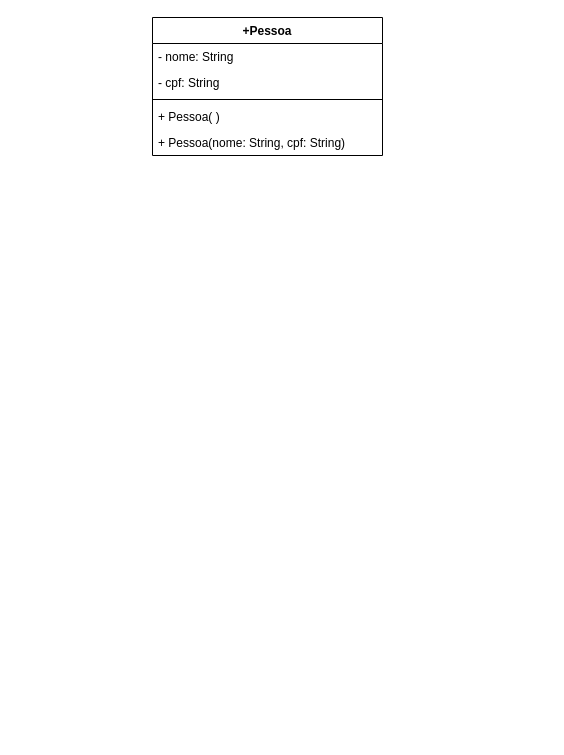
Above: Análise e Projetos Orientados a Objetos/Lista03/Lista03Ex02.drawio in Krittz/IFTM-ADS (draw.io), before the change. Source tidied: cells renumbered, new cells numbered last; positions are measured from the earlier drawing's top-left corner, leaving out a move shared by most shapes. Both pictures are drawn from the tidied source at 100%, with x=0, y=0 at pixel (152, 17).
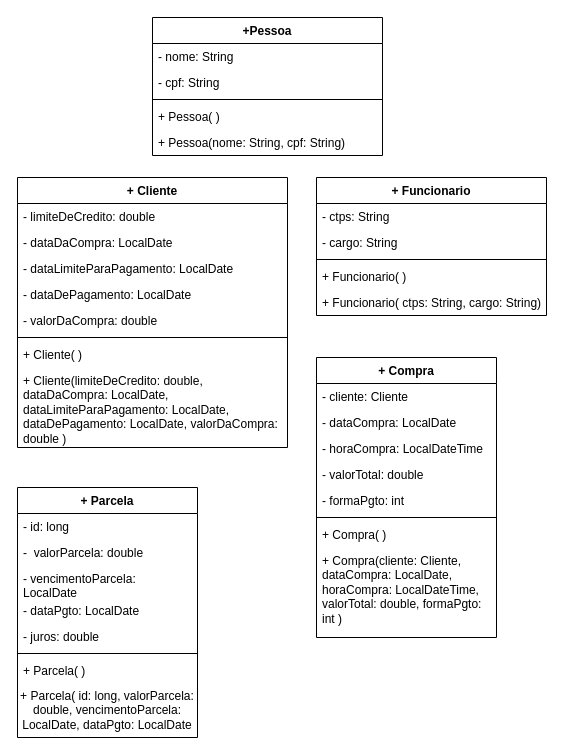
The same page after the edit.

What changed in the source:
```diff
@@
+    <mxCell id="8" value="+ Cliente" style="swimlane;fontStyle=1;align=center;verticalAlign=top;horizontal=1;startSize=26;whiteSpace=wrap;html=1;" parent="1" vertex="1">
+      <mxGeometry x="-135" y="160" width="270" height="270" as="geometry" />
+    </mxCell>
+    <mxCell id="9" value="- limiteDeCredito: double" style="text;strokeColor=none;fillColor=none;align=left;verticalAlign=top;spacingLeft=4;spacingRight=4;overflow=hidden;whiteSpace=wrap;html=1;" parent="8" vertex="1">
+      <mxGeometry y="26" width="270" height="26" as="geometry" />
+    </mxCell>
+    <mxCell id="10" value="- dataDaCompra: LocalDate" style="text;strokeColor=none;fillColor=none;align=left;verticalAlign=top;spacingLeft=4;spacingRight=4;overflow=hidden;whiteSpace=wrap;html=1;" parent="8" vertex="1">
+      <mxGeometry y="52" width="270" height="26" as="geometry" />
+    </mxCell>
+    <mxCell id="11" value="- dataLimiteParaPagamento: LocalDate" style="text;strokeColor=none;fillColor=none;align=left;verticalAlign=top;spacingLeft=4;spacingRight=4;overflow=hidden;whiteSpace=wrap;html=1;" parent="8" vertex="1">
+      <mxGeometry y="78" width="270" height="26" as="geometry" />
+    </mxCell>
+    <mxCell id="12" value="- dataDePagamento: LocalDate" style="text;strokeColor=none;fillColor=none;align=left;verticalAlign=top;spacingLeft=4;spacingRight=4;overflow=hidden;whiteSpace=wrap;html=1;" parent="8" vertex="1">
+      <mxGeometry y="104" width="270" height="26" as="geometry" />
+    </mxCell>
+    <mxCell id="13" value="- valorDaCompra: double" style="text;strokeColor=none;fillColor=none;align=left;verticalAlign=top;spacingLeft=4;spacingRight=4;overflow=hidden;whiteSpace=wrap;html=1;" parent="8" vertex="1">
+      <mxGeometry y="130" width="270" height="26" as="geometry" />
+    </mxCell>
+    <mxCell id="14" style="line;strokeWidth=1;fillColor=none;align=left;verticalAlign=middle;spacingTop=-1;spacingLeft=3;spacingRight=3;labelPosition=right;strokeColor=inherit;" parent="8" vertex="1">
+      <mxGeometry y="156" width="270" height="8" as="geometry" />
+    </mxCell>
+    <mxCell id="15" value="+ Cliente( )" style="text;strokeColor=none;fillColor=none;align=left;verticalAlign=top;spacingLeft=4;spacingRight=4;overflow=hidden;whiteSpace=wrap;html=1;" parent="8" vertex="1">
+      <mxGeometry y="164" width="270" height="26" as="geometry" />
+    </mxCell>
+    <mxCell id="16" value="+ Cliente(limiteDeCredito: double, dataDaCompra: LocalDate, dataLimiteParaPagamento: LocalDate, dataDePagamento: LocalDate, valorDaCompra: double )" style="text;strokeColor=none;fillColor=none;align=left;verticalAlign=top;spacingLeft=4;spacingRight=4;overflow=hidden;whiteSpace=wrap;html=1;" parent="8" vertex="1">
+      <mxGeometry y="190" width="270" height="80" as="geometry" />
+    </mxCell>
+    <mxCell id="17" value="+ Funcionario" style="swimlane;fontStyle=1;align=center;verticalAlign=top;horizontal=1;startSize=26;whiteSpace=wrap;html=1;" parent="1" vertex="1">
+      <mxGeometry x="164" y="160" width="230" height="138" as="geometry" />
+    </mxCell>
+    <mxCell id="18" value="- ctps: String" style="text;strokeColor=none;fillColor=none;align=left;verticalAlign=top;spacingLeft=4;spacingRight=4;overflow=hidden;whiteSpace=wrap;html=1;" parent="17" vertex="1">
+      <mxGeometry y="26" width="230" height="26" as="geometry" />
+    </mxCell>
+    <mxCell id="19" value="- cargo: String" style="text;strokeColor=none;fillColor=none;align=left;verticalAlign=top;spacingLeft=4;spacingRight=4;overflow=hidden;whiteSpace=wrap;html=1;" parent="17" vertex="1">
+      <mxGeometry y="52" width="230" height="26" as="geometry" />
+    </mxCell>
+    <mxCell id="20" style="line;strokeWidth=1;fillColor=none;align=left;verticalAlign=middle;spacingTop=-1;spacingLeft=3;spacingRight=3;labelPosition=right;strokeColor=inherit;" parent="17" vertex="1">
+      <mxGeometry y="78" width="230" height="8" as="geometry" />
+    </mxCell>
+    <mxCell id="21" value="+ Funcionario( )" style="text;strokeColor=none;fillColor=none;align=left;verticalAlign=top;spacingLeft=4;spacingRight=4;overflow=hidden;whiteSpace=wrap;html=1;" parent="17" vertex="1">
+      <mxGeometry y="86" width="230" height="26" as="geometry" />
+    </mxCell>
+    <mxCell id="22" value="+ Funcionario( ctps: String, cargo: String)" style="text;strokeColor=none;fillColor=none;align=left;verticalAlign=top;spacingLeft=4;spacingRight=4;overflow=hidden;whiteSpace=wrap;html=1;" parent="17" vertex="1">
+      <mxGeometry y="112" width="230" height="26" as="geometry" />
+    </mxCell>
+    <mxCell id="23" value="+ Compra" style="swimlane;fontStyle=1;align=center;verticalAlign=top;horizontal=1;startSize=26;whiteSpace=wrap;html=1;" parent="1" vertex="1">
+      <mxGeometry x="164" y="340" width="180" height="280" as="geometry" />
+    </mxCell>
+    <mxCell id="24" value="- cliente: Cliente" style="text;strokeColor=none;fillColor=none;align=left;verticalAlign=top;spacingLeft=4;spacingRight=4;overflow=hidden;whiteSpace=wrap;html=1;" parent="23" vertex="1">
+      <mxGeometry y="26" width="180" height="26" as="geometry" />
+    </mxCell>
+    <mxCell id="25" value="- dataCompra: LocalDate" style="text;strokeColor=none;fillColor=none;align=left;verticalAlign=top;spacingLeft=4;spacingRight=4;overflow=hidden;whiteSpace=wrap;html=1;" parent="23" vertex="1">
+      <mxGeometry y="52" width="180" height="26" as="geometry" />
+    </mxCell>
+    <mxCell id="26" value="- horaCompra: LocalDateTime" style="text;strokeColor=none;fillColor=none;align=left;verticalAlign=top;spacingLeft=4;spacingRight=4;overflow=hidden;whiteSpace=wrap;html=1;" parent="23" vertex="1">
+      <mxGeometry y="78" width="180" height="26" as="geometry" />
+    </mxCell>
+    <mxCell id="27" value="- valorTotal: double" style="text;strokeColor=none;fillColor=none;align=left;verticalAlign=top;spacingLeft=4;spacingRight=4;overflow=hidden;whiteSpace=wrap;html=1;" parent="23" vertex="1">
+      <mxGeometry y="104" width="180" height="26" as="geometry" />
+    </mxCell>
+    <mxCell id="28" value="- formaPgto: int" style="text;strokeColor=none;fillColor=none;align=left;verticalAlign=top;spacingLeft=4;spacingRight=4;overflow=hidden;whiteSpace=wrap;html=1;" parent="23" vertex="1">
+      <mxGeometry y="130" width="180" height="26" as="geometry" />
+    </mxCell>
+    <mxCell id="29" style="line;strokeWidth=1;fillColor=none;align=left;verticalAlign=middle;spacingTop=-1;spacingLeft=3;spacingRight=3;labelPosition=right;strokeColor=inherit;" parent="23" vertex="1">
+      <mxGeometry y="156" width="180" height="8" as="geometry" />
+    </mxCell>
+    <mxCell id="30" value="+ Compra( )" style="text;strokeColor=none;fillColor=none;align=left;verticalAlign=top;spacingLeft=4;spacingRight=4;overflow=hidden;whiteSpace=wrap;html=1;" parent="23" vertex="1">
+      <mxGeometry y="164" width="180" height="26" as="geometry" />
+    </mxCell>
+    <mxCell id="31" value="+ Compra(cliente: Cliente, dataCompra: LocalDate, horaCompra: LocalDateTime, valorTotal: double, formaPgto: int )" style="text;strokeColor=none;fillColor=none;align=left;verticalAlign=top;spacingLeft=4;spacingRight=4;overflow=hidden;whiteSpace=wrap;html=1;" parent="23" vertex="1">
+      <mxGeometry y="190" width="180" height="90" as="geometry" />
+    </mxCell>
+    <mxCell id="32" value="+ Parcela" style="swimlane;fontStyle=1;align=center;verticalAlign=top;horizontal=1;startSize=26;whiteSpace=wrap;html=1;" parent="1" vertex="1">
+      <mxGeometry x="-135" y="470" width="180" height="250" as="geometry" />
+    </mxCell>
+    <mxCell id="33" value="- id: long" style="text;strokeColor=none;fillColor=none;align=left;verticalAlign=top;spacingLeft=4;spacingRight=4;overflow=hidden;whiteSpace=wrap;html=1;" parent="32" vertex="1">
+      <mxGeometry y="26" width="180" height="26" as="geometry" />
+    </mxCell>
+    <mxCell id="34" value="-&amp;nbsp; valorParcela: double" style="text;strokeColor=none;fillColor=none;align=left;verticalAlign=top;spacingLeft=4;spacingRight=4;overflow=hidden;whiteSpace=wrap;html=1;" parent="32" vertex="1">
+      <mxGeometry y="52" width="180" height="26" as="geometry" />
+    </mxCell>
+    <mxCell id="35" value="- vencimentoParcela: LocalDate" style="text;strokeColor=none;fillColor=none;align=left;verticalAlign=top;spacingLeft=4;spacingRight=4;overflow=hidden;whiteSpace=wrap;html=1;" parent="32" vertex="1">
+      <mxGeometry y="78" width="180" height="32" as="geometry" />
+    </mxCell>
+    <mxCell id="36" value="- dataPgto: LocalDate" style="text;strokeColor=none;fillColor=none;align=left;verticalAlign=top;spacingLeft=4;spacingRight=4;overflow=hidden;whiteSpace=wrap;html=1;" parent="32" vertex="1">
+      <mxGeometry y="110" width="180" height="26" as="geometry" />
+    </mxCell>
+    <mxCell id="37" value="- juros: double" style="text;strokeColor=none;fillColor=none;align=left;verticalAlign=top;spacingLeft=4;spacingRight=4;overflow=hidden;whiteSpace=wrap;html=1;" parent="32" vertex="1">
+      <mxGeometry y="136" width="180" height="26" as="geometry" />
+    </mxCell>
+    <mxCell id="38" style="line;strokeWidth=1;fillColor=none;align=left;verticalAlign=middle;spacingTop=-1;spacingLeft=3;spacingRight=3;labelPosition=right;strokeColor=inherit;" parent="32" vertex="1">
+      <mxGeometry y="162" width="180" height="8" as="geometry" />
+    </mxCell>
+    <mxCell id="39" value="+ Parcela( )" style="text;strokeColor=none;fillColor=none;align=left;verticalAlign=top;spacingLeft=4;spacingRight=4;overflow=hidden;whiteSpace=wrap;html=1;" parent="32" vertex="1">
+      <mxGeometry y="170" width="180" height="26" as="geometry" />
+    </mxCell>
+    <mxCell id="40" value="+ Parcela( id: long, valorParcela: double, vencimentoParcela: LocalDate, dataPgto: LocalDate" style="text;strokeColor=none;align=center;fillColor=none;html=1;verticalAlign=middle;whiteSpace=wrap;rounded=0;" parent="32" vertex="1">
+      <mxGeometry y="196" width="180" height="54" as="geometry" />
+    </mxCell>
```
